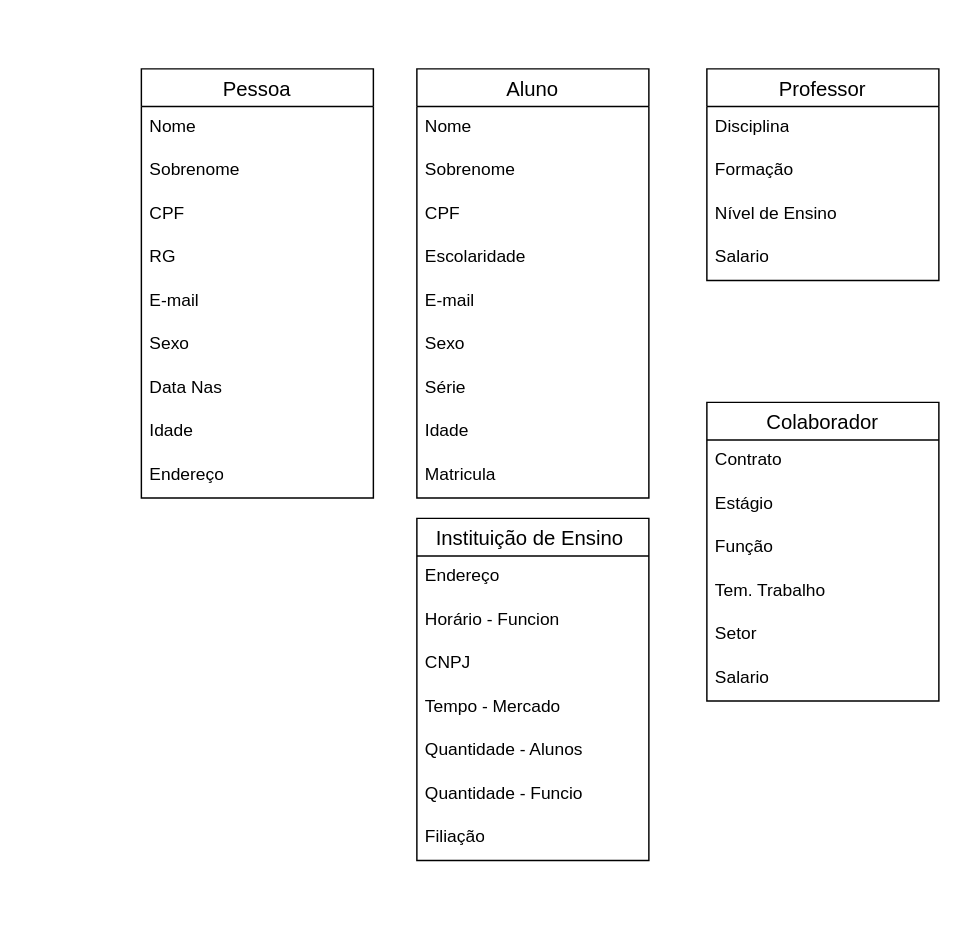
M4rcosRy4n/agencia keeps this draw.io diagram as page "Página-1" (1 of 2) of src/main/java/br/com/senai/Enuns/ERD Hospital.drawio. Above is the earlier version. Source tidied: cells renumbered, new cells numbered last; positions are measured from the earlier drawing's top-left corner, leaving out a move shared by most shapes. Both pictures are drawn from the tidied source at 145%, with x=0, y=0 at pixel (141, 68).
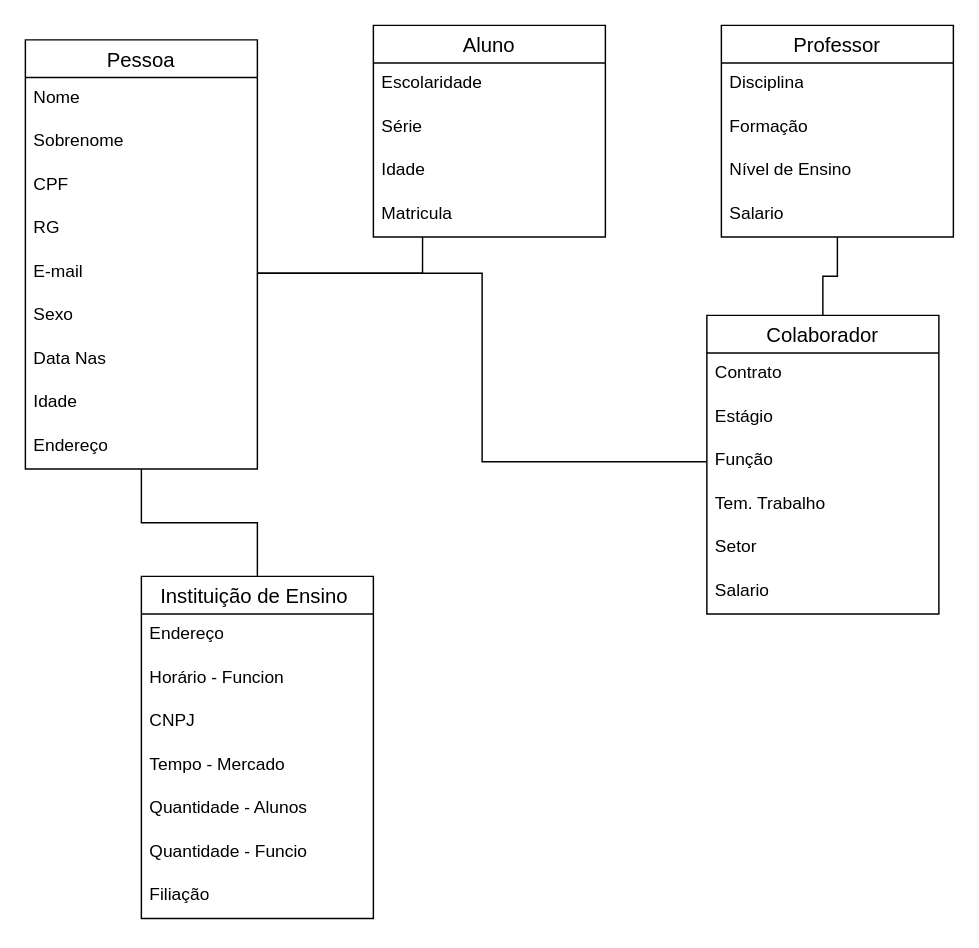
The same diagram, later.

The change refers to these unchanged cells:
```xml
<mxCell id="7" value="E-mail" style="text;strokeColor=none;fillColor=none;spacingLeft=4;spacingRight=4;overflow=hidden;points=[[0,0.5],[1,0.5]];portConstraint=eastwest;fontSize=12;whiteSpace=wrap;html=1;" parent="2" vertex="1">
  <mxGeometry y="146" width="160" height="30" as="geometry" />
</mxCell>
<mxCell id="30" value="Função" style="text;strokeColor=none;fillColor=none;spacingLeft=4;spacingRight=4;overflow=hidden;points=[[0,0.5],[1,0.5]];portConstraint=eastwest;fontSize=12;whiteSpace=wrap;html=1;" parent="27" vertex="1">
  <mxGeometry y="86" width="160" height="30" as="geometry" />
</mxCell>
```

Change to the diagram source:
```diff
@@
+    <mxCell id="42" style="edgeStyle=orthogonalEdgeStyle;rounded=0;jettySize=auto;html=1;entryX=0.5;entryY=0;entryDx=0;entryDy=0;endArrow=none;endFill=0;" parent="1" edge="1" source="2" target="34">
+      <mxGeometry relative="1" as="geometry" />
+    </mxCell>
     <mxCell id="2" value="Pessoa" style="swimlane;fontStyle=0;horizontal=1;startSize=26;align=center;fontSize=14;" parent="1" vertex="1">
-      <mxGeometry width="160" height="296" as="geometry" />
+      <mxGeometry x="-80" y="-20" width="160" height="296" as="geometry" />
     </mxCell>
@@
     <mxCell id="12" value="Aluno" style="swimlane;fontStyle=0;horizontal=1;startSize=26;align=center;fontSize=14;" parent="1" vertex="1">
-      <mxGeometry x="190" width="160" height="296" as="geometry" />
+      <mxGeometry x="160" y="-30" width="160" height="146" as="geometry" />
     </mxCell>
-    <mxCell id="13" value="Nome" style="text;strokeColor=none;fillColor=none;spacingLeft=4;spacingRight=4;overflow=hidden;fontSize=12;whiteSpace=wrap;html=1;" parent="12" vertex="1">
-      <mxGeometry y="26" width="160" height="30" as="geometry" />
-    </mxCell>
-    <mxCell id="14" value="Sobrenome" style="text;strokeColor=none;fillColor=none;spacingLeft=4;spacingRight=4;overflow=hidden;fontSize=12;whiteSpace=wrap;html=1;" parent="12" vertex="1">
-      <mxGeometry y="56" width="160" height="30" as="geometry" />
-    </mxCell>
-    <mxCell id="15" value="CPF" style="text;strokeColor=none;fillColor=none;spacingLeft=4;spacingRight=4;overflow=hidden;fontSize=12;whiteSpace=wrap;html=1;" parent="12" vertex="1">
-      <mxGeometry y="86" width="160" height="30" as="geometry" />
-    </mxCell>
     <mxCell id="16" value="Escolaridade" style="text;strokeColor=none;fillColor=none;spacingLeft=4;spacingRight=4;overflow=hidden;fontSize=12;whiteSpace=wrap;html=1;" parent="12" vertex="1">
-      <mxGeometry y="116" width="160" height="30" as="geometry" />
+      <mxGeometry y="26" width="160" height="30" as="geometry" />
     </mxCell>
-    <mxCell id="17" value="E-mail" style="text;strokeColor=none;fillColor=none;spacingLeft=4;spacingRight=4;overflow=hidden;fontSize=12;whiteSpace=wrap;html=1;" parent="12" vertex="1">
-      <mxGeometry y="146" width="160" height="30" as="geometry" />
-    </mxCell>
-    <mxCell id="18" value="Sexo" style="text;strokeColor=none;fillColor=none;spacingLeft=4;spacingRight=4;overflow=hidden;fontSize=12;whiteSpace=wrap;html=1;" parent="12" vertex="1">
-      <mxGeometry y="176" width="160" height="30" as="geometry" />
-    </mxCell>
     <mxCell id="19" value="Série" style="text;strokeColor=none;fillColor=none;spacingLeft=4;spacingRight=4;overflow=hidden;fontSize=12;whiteSpace=wrap;html=1;" parent="12" vertex="1">
-      <mxGeometry y="206" width="160" height="30" as="geometry" />
+      <mxGeometry y="56" width="160" height="30" as="geometry" />
     </mxCell>
     <mxCell id="20" value="Idade" style="text;strokeColor=none;fillColor=none;spacingLeft=4;spacingRight=4;overflow=hidden;fontSize=12;whiteSpace=wrap;html=1;" parent="12" vertex="1">
-      <mxGeometry y="236" width="160" height="30" as="geometry" />
+      <mxGeometry y="86" width="160" height="30" as="geometry" />
     </mxCell>
     <mxCell id="21" value="Matricula" style="text;strokeColor=none;fillColor=none;spacingLeft=4;spacingRight=4;overflow=hidden;points=[[0,0.5],[1,0.5]];portConstraint=eastwest;fontSize=12;whiteSpace=wrap;html=1;" parent="12" vertex="1">
-      <mxGeometry y="266" width="160" height="30" as="geometry" />
+      <mxGeometry y="116" width="160" height="30" as="geometry" />
     </mxCell>
+    <mxCell id="43" style="edgeStyle=orthogonalEdgeStyle;rounded=0;jettySize=auto;html=1;endArrow=none;endFill=0;" parent="1" edge="1" source="22" target="27">
+      <mxGeometry relative="1" as="geometry" />
+    </mxCell>
     <mxCell id="22" value="Professor" style="swimlane;fontStyle=0;horizontal=1;startSize=26;align=center;fontSize=14;" parent="1" vertex="1">
-      <mxGeometry x="390" width="160" height="146" as="geometry" />
+      <mxGeometry x="400" y="-30" width="160" height="146" as="geometry" />
     </mxCell>
@@
     <mxCell id="27" value="Colaborador" style="swimlane;fontStyle=0;horizontal=1;startSize=26;align=center;fontSize=14;" parent="1" vertex="1">
-      <mxGeometry x="390" y="230" width="160" height="206" as="geometry" />
+      <mxGeometry x="390" y="170" width="160" height="206" as="geometry" />
     </mxCell>
@@
     <mxCell id="34" value="Instituição de Ensino " style="swimlane;fontStyle=0;horizontal=1;startSize=26;align=center;fontSize=14;" parent="1" vertex="1">
-      <mxGeometry x="190" y="310" width="160" height="236" as="geometry" />
+      <mxGeometry y="350" width="160" height="236" as="geometry" />
     </mxCell>
@@
+    <mxCell id="44" style="edgeStyle=orthogonalEdgeStyle;rounded=0;jettySize=auto;html=1;entryX=0.212;entryY=0.99;entryDx=0;entryDy=0;entryPerimeter=0;endArrow=none;endFill=0;" parent="1" edge="1" source="7" target="21">
+      <mxGeometry relative="1" as="geometry" />
+    </mxCell>
+    <mxCell id="45" style="edgeStyle=orthogonalEdgeStyle;rounded=0;jettySize=auto;html=1;entryX=0;entryY=0.5;entryDx=0;entryDy=0;endArrow=none;endFill=0;" parent="1" edge="1" source="7" target="30">
+      <mxGeometry relative="1" as="geometry" />
+    </mxCell>
```
